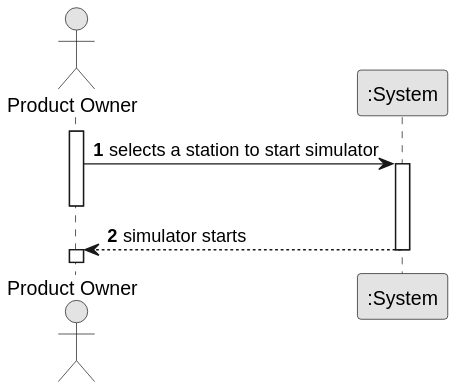
ivasduarte/all-aboard keeps this PlantUML diagram as docs/sprint1/us012/01.requirements-engineering/svg/us012-system-sequence-diagram.svg. Above is the earlier version. The source it was exported from:
```plantuml
@startuml
skinparam monochrome true
skinparam packageStyle rectangle
skinparam shadowing false

autonumber

actor "Product Owner" as ProductOwner
participant ":System" as System

activate ProductOwner

    ProductOwner -> System : selects a station to start simulator
    activate System
    deactivate ProductOwner

    System --> ProductOwner : simulator starts
    deactivate System
    activate ProductOwner
@enduml
```
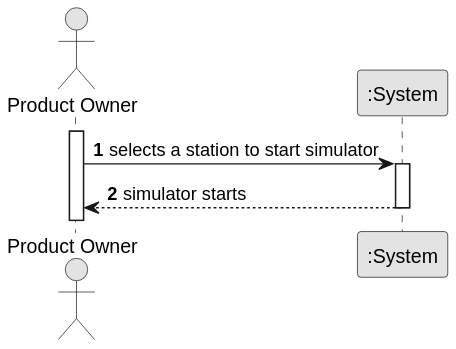
The same file after the commit.

What changed in the source:
```diff
@@ -12,9 +12,7 @@
 
     ProductOwner -> System : selects a station to start simulator
     activate System
-    deactivate ProductOwner
 
     System --> ProductOwner : simulator starts
     deactivate System
-    activate ProductOwner
 @enduml
```
